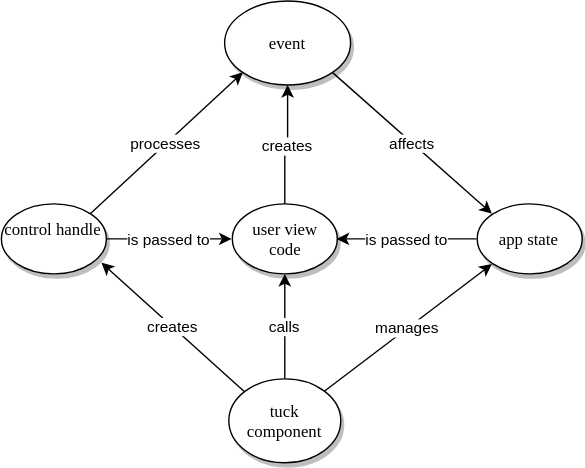
This is docs/tuck-concepts.svg from tatut/tuck, a draw.io export, as it was before one commit. Source tidied: cells renumbered, new cells last; positions are measured from the earlier drawing's top-left corner, leaving out a move shared by most shapes.
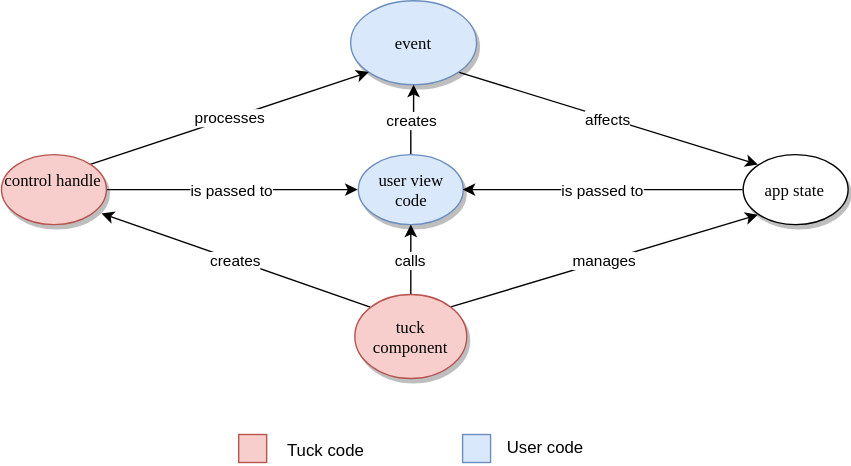
After the commit.

The edit, as a diff of the source:
```diff
@@ -5,20 +5,20 @@
     <mxCell id="2" value="affects" style="edgeStyle=none;rounded=0;html=1;exitX=1;exitY=1;entryX=0;entryY=0;jettySize=auto;" parent="1" edge="1" source="3" target="7">
       <mxGeometry relative="1" as="geometry" />
     </mxCell>
-    <mxCell id="3" value="event&lt;br&gt;" style="ellipse;whiteSpace=wrap;html=1;rounded=0;shadow=1;comic=0;labelBackgroundColor=none;strokeColor=#000000;strokeWidth=1;fillColor=#FFFFFF;fontFamily=Verdana;fontSize=12;fontColor=#000000;align=center;" parent="1" vertex="1">
+    <mxCell id="3" value="event&lt;br&gt;" style="ellipse;whiteSpace=wrap;html=1;rounded=0;shadow=1;comic=0;labelBackgroundColor=none;strokeColor=#6c8ebf;strokeWidth=1;fillColor=#dae8fc;fontFamily=Verdana;fontSize=12;fontColor=#000000;align=center;" parent="1" vertex="1">
       <mxGeometry x="160" width="90" height="60" as="geometry" />
     </mxCell>
     <mxCell id="4" value="creates" style="edgeStyle=orthogonalEdgeStyle;rounded=0;html=1;exitX=0.5;exitY=0;jettySize=auto;" parent="1" edge="1" source="5" target="3">
       <mxGeometry relative="1" as="geometry" />
     </mxCell>
-    <mxCell id="5" value="user view&lt;br&gt;code&lt;br&gt;" style="ellipse;whiteSpace=wrap;html=1;rounded=0;shadow=1;comic=0;labelBackgroundColor=none;strokeColor=#000000;strokeWidth=1;fillColor=#FFFFFF;fontFamily=Verdana;fontSize=12;fontColor=#000000;align=center;" parent="1" vertex="1">
-      <mxGeometry x="165" y="145" width="75" height="50" as="geometry" />
+    <mxCell id="5" value="user view&lt;br&gt;code&lt;br&gt;" style="ellipse;whiteSpace=wrap;html=1;rounded=0;shadow=1;comic=0;labelBackgroundColor=none;strokeColor=#6c8ebf;strokeWidth=1;fillColor=#dae8fc;fontFamily=Verdana;fontSize=12;fontColor=#000000;align=center;" parent="1" vertex="1">
+      <mxGeometry x="165" y="110" width="75" height="50" as="geometry" />
     </mxCell>
     <mxCell id="6" value="is passed to" style="rounded=0;html=1;exitX=0;exitY=0.5;entryX=1;entryY=0.5;jettySize=auto;" parent="1" edge="1" source="7" target="5">
       <mxGeometry relative="1" as="geometry" />
     </mxCell>
     <mxCell id="7" value="&lt;span&gt;app state&lt;/span&gt;" style="ellipse;whiteSpace=wrap;html=1;rounded=0;shadow=1;comic=0;labelBackgroundColor=none;strokeColor=#000000;strokeWidth=1;fillColor=#FFFFFF;fontFamily=Verdana;fontSize=12;fontColor=#000000;align=center;" parent="1" vertex="1">
-      <mxGeometry x="340" y="145" width="75" height="50" as="geometry" />
+      <mxGeometry x="440" y="110" width="75" height="50" as="geometry" />
     </mxCell>
     <mxCell id="8" value="processes" style="edgeStyle=none;rounded=0;html=1;exitX=1;exitY=0;entryX=0;entryY=1;jettySize=auto;" parent="1" edge="1" source="10" target="3">
       <mxGeometry relative="1" as="geometry" />
@@ -26,8 +26,8 @@
     <mxCell id="9" value="is passed to" style="edgeStyle=none;rounded=0;html=1;exitX=1;exitY=0.5;entryX=0;entryY=0.5;jettySize=auto;" parent="1" edge="1" source="10" target="5">
       <mxGeometry relative="1" as="geometry" />
     </mxCell>
-    <mxCell id="10" value="control handle" style="ellipse;whiteSpace=wrap;html=1;rounded=0;shadow=1;comic=0;labelBackgroundColor=none;strokeColor=#000000;strokeWidth=1;fillColor=#FFFFFF;fontFamily=Verdana;fontSize=12;fontColor=#000000;align=center;" parent="1" vertex="1">
-      <mxGeometry y="145" width="75" height="50" as="geometry" />
+    <mxCell id="10" value="control handle" style="ellipse;whiteSpace=wrap;html=1;rounded=0;shadow=1;comic=0;labelBackgroundColor=none;strokeColor=#b85450;strokeWidth=1;fillColor=#f8cecc;fontFamily=Verdana;fontSize=12;fontColor=#000000;align=center;" parent="1" vertex="1">
+      <mxGeometry x="-90" y="110" width="75" height="50" as="geometry" />
     </mxCell>
     <mxCell id="11" value="creates" style="edgeStyle=none;rounded=0;html=1;exitX=0;exitY=0;entryX=0.96;entryY=0.84;entryPerimeter=0;jettySize=auto;" parent="1" edge="1" source="14" target="10">
       <mxGeometry relative="1" as="geometry" />
@@ -38,8 +38,20 @@
     <mxCell id="13" value="manages" style="edgeStyle=none;rounded=0;html=1;exitX=1;exitY=0;entryX=0;entryY=1;jettySize=auto;" parent="1" edge="1" source="14" target="7">
       <mxGeometry relative="1" as="geometry" />
     </mxCell>
-    <mxCell id="14" value="&lt;span&gt;tuck component&lt;/span&gt;" style="ellipse;whiteSpace=wrap;html=1;rounded=0;shadow=1;comic=0;labelBackgroundColor=none;strokeColor=#000000;strokeWidth=1;fillColor=#FFFFFF;fontFamily=Verdana;fontSize=12;fontColor=#000000;align=center;" parent="1" vertex="1">
-      <mxGeometry x="162.5" y="270" width="80" height="60" as="geometry" />
+    <mxCell id="14" value="&lt;span&gt;tuck component&lt;/span&gt;" style="ellipse;whiteSpace=wrap;html=1;rounded=0;shadow=1;comic=0;labelBackgroundColor=none;strokeColor=#b85450;strokeWidth=1;fillColor=#f8cecc;fontFamily=Verdana;fontSize=12;fontColor=#000000;align=center;" parent="1" vertex="1">
+      <mxGeometry x="162.5" y="210" width="80" height="60" as="geometry" />
     </mxCell>
+    <mxCell id="15" style="rounded=0;whiteSpace=wrap;html=1;fillColor=#f8cecc;strokeColor=#b85450;" parent="1" vertex="1">
+      <mxGeometry x="80" y="310" width="20" height="20" as="geometry" />
+    </mxCell>
+    <mxCell id="16" style="rounded=0;whiteSpace=wrap;html=1;fillColor=#dae8fc;strokeColor=#6c8ebf;" parent="1" vertex="1">
+      <mxGeometry x="240" y="310" width="20" height="20" as="geometry" />
+    </mxCell>
+    <mxCell id="17" value="User code" style="text;html=1;align=left;verticalAlign=top;spacingTop=-4;" parent="1" vertex="1">
+      <mxGeometry x="270" y="310" width="70" height="20" as="geometry" />
+    </mxCell>
+    <mxCell id="18" value="Tuck code" style="text;html=1;align=left;verticalAlign=top;spacingTop=-4;" parent="1" vertex="1">
+      <mxGeometry x="112.5" y="312" width="70" height="20" as="geometry" />
+    </mxCell>
   </root>
 </mxGraphModel>
```
